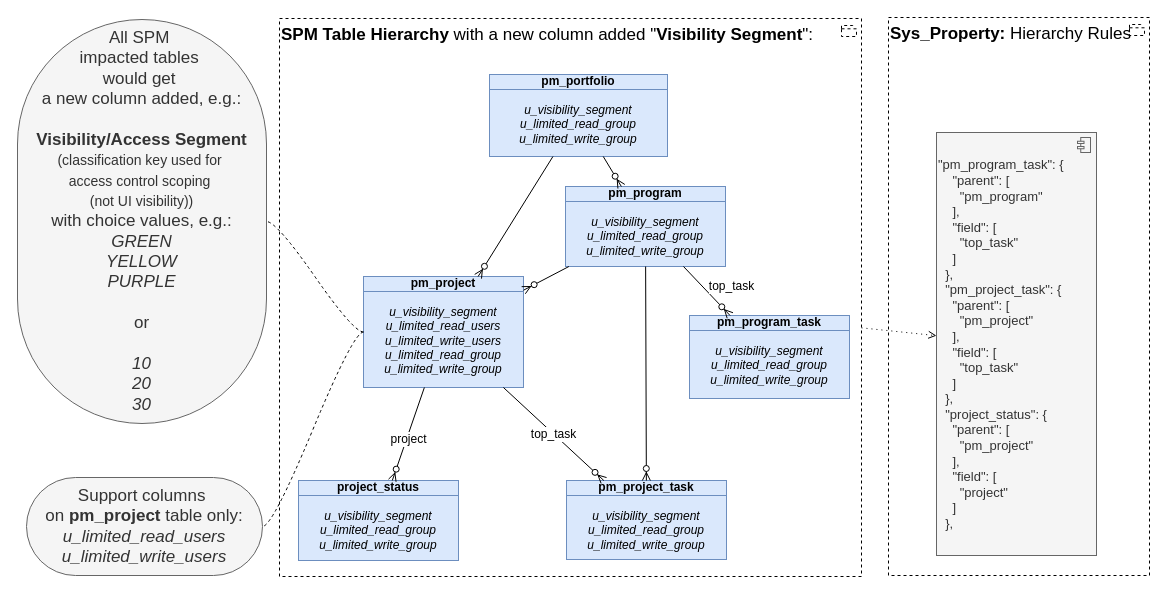
Before: page "hier1" (4 of 20) of Sar.drawio in algimas/tmp, a draw.io diagram. Source tidied: cells renumbered, new cells numbered last; positions are measured from the earlier drawing's top-left corner, leaving out a move shared by most shapes. Both pictures are drawn from the tidied source at 100%, with x=0, y=0 at pixel (17, 17).
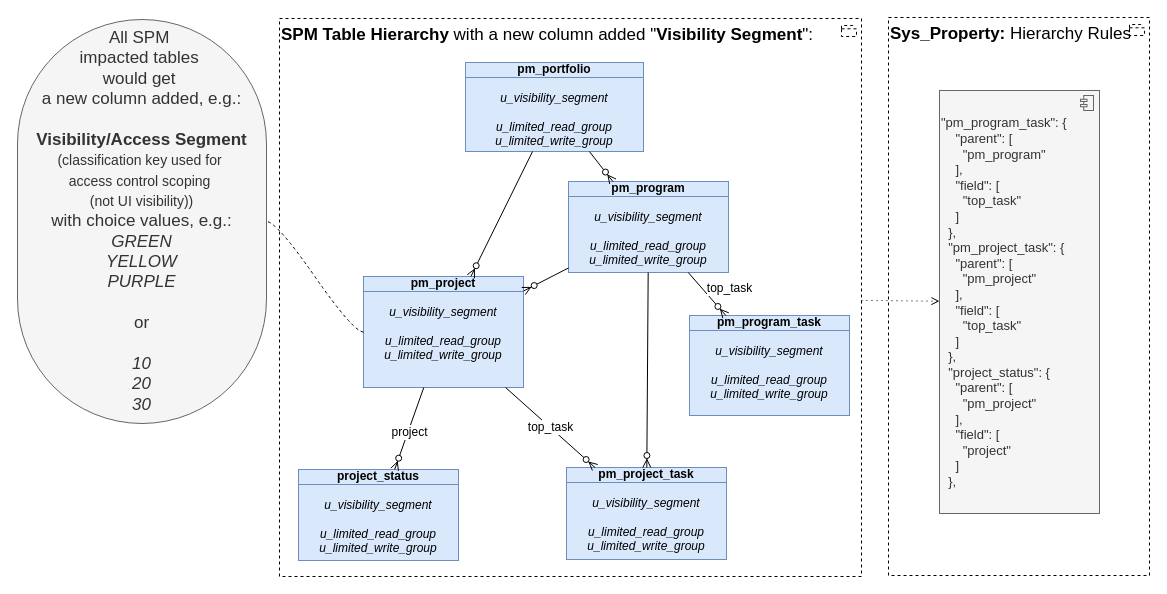
After the change.

Diff of the diagram source:
```diff
@@
-    <mxCell id="4" value="&lt;div&gt;&lt;b&gt;pm_project&lt;/b&gt;&lt;/div&gt;&lt;div&gt;&lt;div&gt;&lt;i&gt;&lt;br&gt;&lt;/i&gt;&lt;/div&gt;&lt;div&gt;&lt;i&gt;u_visibility_segment&lt;/i&gt;&lt;/div&gt;&lt;div&gt;&lt;i&gt;u_limited_read_users&lt;/i&gt;&lt;/div&gt;&lt;div&gt;&lt;i&gt;u_limited_write_users&lt;/i&gt;&lt;/div&gt;&lt;i&gt;u_limited_read_group&lt;/i&gt;&lt;/div&gt;&lt;div&gt;&lt;i&gt;u_limited_write_group&lt;/i&gt;&lt;/div&gt;" style="html=1;outlineConnect=0;whiteSpace=wrap;fillColor=#dae8fc;shape=mxgraph.archimate3.businessObject;overflow=fill;strokeColor=#6c8ebf;fontStyle=0;fontSize=12;" parent="1" vertex="1">
+    <mxCell id="4" value="&lt;div&gt;&lt;b&gt;pm_project&lt;/b&gt;&lt;/div&gt;&lt;div&gt;&lt;div&gt;&lt;i&gt;&lt;br&gt;&lt;/i&gt;&lt;/div&gt;&lt;div&gt;&lt;i&gt;u_visibility_segment&lt;/i&gt;&lt;/div&gt;&lt;div&gt;&lt;br&gt;&lt;/div&gt;&lt;div&gt;&lt;i&gt;u_limited_read_group&lt;/i&gt;&lt;/div&gt;&lt;/div&gt;&lt;div&gt;&lt;i&gt;u_limited_write_group&lt;/i&gt;&lt;/div&gt;" style="html=1;outlineConnect=0;whiteSpace=wrap;fillColor=#dae8fc;shape=mxgraph.archimate3.businessObject;overflow=fill;strokeColor=#6c8ebf;fontStyle=0;fontSize=12;" parent="1" vertex="1">
       <mxGeometry x="346" y="259" width="160" height="111" as="geometry" />
     </mxCell>
-    <mxCell id="5" value="&lt;div&gt;&lt;b&gt;pm_program_task&lt;/b&gt;&lt;/div&gt;&lt;div&gt;&lt;i&gt;&lt;br&gt;&lt;/i&gt;&lt;/div&gt;&lt;div&gt;&lt;i&gt;u_visibility_segment&lt;/i&gt;&lt;/div&gt;&lt;div&gt;&lt;div&gt;&lt;i&gt;u_limited_read_group&lt;/i&gt;&lt;/div&gt;&lt;div&gt;&lt;i&gt;u_limited_write_group&lt;/i&gt;&lt;/div&gt;&lt;/div&gt;" style="html=1;outlineConnect=0;whiteSpace=wrap;fillColor=#dae8fc;shape=mxgraph.archimate3.businessObject;overflow=fill;strokeColor=#6c8ebf;fontStyle=0;fontSize=12;" parent="1" vertex="1">
-      <mxGeometry x="672" y="298" width="160" height="83" as="geometry" />
+    <mxCell id="5" value="&lt;div&gt;&lt;b&gt;pm_program_task&lt;/b&gt;&lt;/div&gt;&lt;div&gt;&lt;i&gt;&lt;br&gt;&lt;/i&gt;&lt;/div&gt;&lt;div&gt;&lt;i&gt;u_visibility_segment&lt;/i&gt;&lt;/div&gt;&lt;div&gt;&lt;i&gt;&lt;br&gt;&lt;/i&gt;&lt;/div&gt;&lt;div&gt;&lt;div&gt;&lt;i&gt;u_limited_read_group&lt;/i&gt;&lt;/div&gt;&lt;div&gt;&lt;i&gt;u_limited_write_group&lt;/i&gt;&lt;/div&gt;&lt;/div&gt;" style="html=1;outlineConnect=0;whiteSpace=wrap;fillColor=#dae8fc;shape=mxgraph.archimate3.businessObject;overflow=fill;strokeColor=#6c8ebf;fontStyle=0;fontSize=12;" parent="1" vertex="1">
+      <mxGeometry x="672" y="298" width="160" height="100" as="geometry" />
     </mxCell>
-    <mxCell id="6" value="&lt;div&gt;&lt;span&gt;&lt;b&gt;pm_portfolio&lt;/b&gt;&lt;/span&gt;&lt;/div&gt;&lt;div&gt;&lt;br&gt;&lt;/div&gt;&lt;div&gt;&lt;i&gt;u_visibility_segment&lt;/i&gt;&lt;/div&gt;&lt;div&gt;&lt;div&gt;&lt;i&gt;u_limited_read_group&lt;/i&gt;&lt;/div&gt;&lt;div&gt;&lt;i&gt;u_limited_write_group&lt;/i&gt;&lt;/div&gt;&lt;/div&gt;" style="html=1;outlineConnect=0;whiteSpace=wrap;fillColor=#dae8fc;shape=mxgraph.archimate3.businessObject;overflow=fill;strokeColor=#6c8ebf;fontStyle=0;fontSize=12;" parent="1" vertex="1">
-      <mxGeometry x="472" y="57" width="178" height="82" as="geometry" />
+    <mxCell id="6" value="&lt;div&gt;&lt;span&gt;&lt;b&gt;pm_portfolio&lt;/b&gt;&lt;/span&gt;&lt;/div&gt;&lt;div&gt;&lt;br&gt;&lt;/div&gt;&lt;div&gt;&lt;i&gt;u_visibility_segment&lt;/i&gt;&lt;/div&gt;&lt;div&gt;&lt;i&gt;&lt;br&gt;&lt;/i&gt;&lt;/div&gt;&lt;div&gt;&lt;div&gt;&lt;i&gt;u_limited_read_group&lt;/i&gt;&lt;/div&gt;&lt;div&gt;&lt;i&gt;u_limited_write_group&lt;/i&gt;&lt;/div&gt;&lt;/div&gt;" style="html=1;outlineConnect=0;whiteSpace=wrap;fillColor=#dae8fc;shape=mxgraph.archimate3.businessObject;overflow=fill;strokeColor=#6c8ebf;fontStyle=0;fontSize=12;" parent="1" vertex="1">
+      <mxGeometry x="448" y="45" width="178" height="89" as="geometry" />
     </mxCell>
-    <mxCell id="7" value="&lt;div&gt;&lt;b&gt;project_status&lt;/b&gt;&lt;/div&gt;&lt;div&gt;&lt;div&gt;&lt;i&gt;&lt;br&gt;&lt;/i&gt;&lt;/div&gt;&lt;div&gt;&lt;i&gt;u_visibility_segment&lt;/i&gt;&lt;/div&gt;&lt;div&gt;&lt;div&gt;&lt;i&gt;u_limited_read_group&lt;/i&gt;&lt;/div&gt;&lt;div&gt;&lt;i&gt;u_limited_write_group&lt;/i&gt;&lt;/div&gt;&lt;/div&gt;&lt;br&gt;&lt;/div&gt;" style="html=1;outlineConnect=0;whiteSpace=wrap;fillColor=#dae8fc;shape=mxgraph.archimate3.businessObject;overflow=fill;strokeColor=#6c8ebf;fontStyle=0;fontSize=12;" parent="1" vertex="1">
-      <mxGeometry x="281" y="463" width="160" height="80" as="geometry" />
+    <mxCell id="7" value="&lt;div&gt;&lt;b&gt;project_status&lt;/b&gt;&lt;/div&gt;&lt;div&gt;&lt;div&gt;&lt;i&gt;&lt;br&gt;&lt;/i&gt;&lt;/div&gt;&lt;div&gt;&lt;i&gt;u_visibility_segment&lt;/i&gt;&lt;/div&gt;&lt;div&gt;&lt;i&gt;&lt;br&gt;&lt;/i&gt;&lt;/div&gt;&lt;div&gt;&lt;div&gt;&lt;i&gt;u_limited_read_group&lt;/i&gt;&lt;/div&gt;&lt;div&gt;&lt;i&gt;u_limited_write_group&lt;/i&gt;&lt;/div&gt;&lt;/div&gt;&lt;br&gt;&lt;/div&gt;" style="html=1;outlineConnect=0;whiteSpace=wrap;fillColor=#dae8fc;shape=mxgraph.archimate3.businessObject;overflow=fill;strokeColor=#6c8ebf;fontStyle=0;fontSize=12;" parent="1" vertex="1">
+      <mxGeometry x="281" y="452" width="160" height="91" as="geometry" />
     </mxCell>
@@
-    <mxCell id="10" value="&lt;div&gt;&lt;b&gt;pm_project_task&lt;/b&gt;&lt;/div&gt;&lt;div&gt;&lt;div&gt;&lt;i&gt;&lt;br&gt;&lt;/i&gt;&lt;/div&gt;&lt;div&gt;&lt;i&gt;u_visibility_segment&lt;/i&gt;&lt;/div&gt;&lt;div&gt;&lt;div&gt;&lt;i&gt;u_limited_read_group&lt;/i&gt;&lt;/div&gt;&lt;div&gt;&lt;i&gt;u_limited_write_group&lt;/i&gt;&lt;/div&gt;&lt;/div&gt;&lt;/div&gt;" style="html=1;outlineConnect=0;whiteSpace=wrap;fillColor=#dae8fc;shape=mxgraph.archimate3.businessObject;overflow=fill;strokeColor=#6c8ebf;fontStyle=0;fontSize=12;" parent="1" vertex="1">
-      <mxGeometry x="549" y="463" width="160" height="79" as="geometry" />
+    <mxCell id="10" value="&lt;div&gt;&lt;b&gt;pm_project_task&lt;/b&gt;&lt;/div&gt;&lt;div&gt;&lt;div&gt;&lt;i&gt;&lt;br&gt;&lt;/i&gt;&lt;/div&gt;&lt;div&gt;&lt;i&gt;u_visibility_segment&lt;/i&gt;&lt;/div&gt;&lt;div&gt;&lt;i&gt;&lt;br&gt;&lt;/i&gt;&lt;/div&gt;&lt;div&gt;&lt;div&gt;&lt;i&gt;u_limited_read_group&lt;/i&gt;&lt;/div&gt;&lt;div&gt;&lt;i&gt;u_limited_write_group&lt;/i&gt;&lt;/div&gt;&lt;/div&gt;&lt;/div&gt;" style="html=1;outlineConnect=0;whiteSpace=wrap;fillColor=#dae8fc;shape=mxgraph.archimate3.businessObject;overflow=fill;strokeColor=#6c8ebf;fontStyle=0;fontSize=12;" parent="1" vertex="1">
+      <mxGeometry x="549" y="450" width="160" height="92" as="geometry" />
     </mxCell>
-    <mxCell id="11" value="&lt;div&gt;&lt;b&gt;pm_program&lt;/b&gt;&lt;/div&gt;&lt;div&gt;&lt;div&gt;&lt;i&gt;&lt;br&gt;&lt;/i&gt;&lt;/div&gt;&lt;div&gt;&lt;i&gt;u_visibility_segment&lt;/i&gt;&lt;/div&gt;&lt;div&gt;&lt;div&gt;&lt;i&gt;u_limited_read_group&lt;/i&gt;&lt;/div&gt;&lt;div&gt;&lt;i&gt;u_limited_write_group&lt;/i&gt;&lt;/div&gt;&lt;/div&gt;&lt;/div&gt;&lt;div&gt;&lt;br&gt;&lt;/div&gt;&lt;div&gt;&lt;br&gt;&lt;/div&gt;" style="html=1;outlineConnect=0;whiteSpace=wrap;fillColor=#dae8fc;shape=mxgraph.archimate3.businessObject;overflow=fill;strokeColor=#6c8ebf;fontStyle=0;fontSize=12;" parent="1" vertex="1">
-      <mxGeometry x="548" y="169" width="160" height="80" as="geometry" />
+    <mxCell id="11" value="&lt;div&gt;&lt;b&gt;pm_program&lt;/b&gt;&lt;/div&gt;&lt;div&gt;&lt;div&gt;&lt;i&gt;&lt;br&gt;&lt;/i&gt;&lt;/div&gt;&lt;div&gt;&lt;i&gt;u_visibility_segment&lt;/i&gt;&lt;/div&gt;&lt;div&gt;&lt;i&gt;&lt;br&gt;&lt;/i&gt;&lt;/div&gt;&lt;div&gt;&lt;div&gt;&lt;i&gt;u_limited_read_group&lt;/i&gt;&lt;/div&gt;&lt;div&gt;&lt;i&gt;u_limited_write_group&lt;/i&gt;&lt;/div&gt;&lt;/div&gt;&lt;/div&gt;&lt;div&gt;&lt;br&gt;&lt;/div&gt;&lt;div&gt;&lt;br&gt;&lt;/div&gt;" style="html=1;outlineConnect=0;whiteSpace=wrap;fillColor=#dae8fc;shape=mxgraph.archimate3.businessObject;overflow=fill;strokeColor=#6c8ebf;fontStyle=0;fontSize=12;" parent="1" vertex="1">
+      <mxGeometry x="551" y="164" width="160" height="91" as="geometry" />
     </mxCell>
@@
     <mxCell id="23" value="&lt;div align=&quot;left&quot;&gt;&lt;font&gt;&quot;pm_program_task&quot;: {&lt;/font&gt;&lt;br&gt;&lt;font&gt;&amp;nbsp; &amp;nbsp; &quot;parent&quot;: [&lt;/font&gt;&lt;br&gt;&lt;font&gt;&amp;nbsp; &amp;nbsp; &amp;nbsp; &quot;pm_program&quot;&lt;/font&gt;&lt;br&gt;&lt;font&gt;&amp;nbsp; &amp;nbsp; ],&lt;/font&gt;&lt;br&gt;&lt;font&gt;&amp;nbsp; &amp;nbsp; &quot;field&quot;: [&lt;/font&gt;&lt;br&gt;&lt;font&gt;&amp;nbsp; &amp;nbsp; &amp;nbsp; &quot;top_task&quot;&lt;/font&gt;&lt;br&gt;&lt;font&gt;&amp;nbsp; &amp;nbsp; ]&lt;/font&gt;&lt;br&gt;&lt;font&gt;&amp;nbsp; },&lt;/font&gt;&lt;br&gt;&lt;font&gt;&amp;nbsp; &quot;pm_project_task&quot;: {&lt;/font&gt;&lt;br&gt;&lt;font&gt;&amp;nbsp; &amp;nbsp; &quot;parent&quot;: [&lt;/font&gt;&lt;br&gt;&lt;font&gt;&amp;nbsp; &amp;nbsp; &amp;nbsp; &quot;pm_project&quot;&lt;/font&gt;&lt;br&gt;&lt;font&gt;&amp;nbsp; &amp;nbsp; ],&lt;/font&gt;&lt;br&gt;&lt;font&gt;&amp;nbsp; &amp;nbsp; &quot;field&quot;: [&lt;/font&gt;&lt;br&gt;&lt;font&gt;&amp;nbsp; &amp;nbsp; &amp;nbsp; &quot;top_task&quot;&lt;/font&gt;&lt;br&gt;&lt;font&gt;&amp;nbsp; &amp;nbsp; ]&lt;/font&gt;&lt;br&gt;&lt;font&gt;&amp;nbsp; },&lt;/font&gt;&lt;br&gt;&lt;font&gt;&amp;nbsp; &quot;project_status&quot;: {&lt;/font&gt;&lt;br&gt;&lt;font&gt;&amp;nbsp; &amp;nbsp; &quot;parent&quot;: [&lt;/font&gt;&lt;br&gt;&lt;font&gt;&amp;nbsp; &amp;nbsp; &amp;nbsp; &quot;pm_project&quot;&lt;/font&gt;&lt;br&gt;&lt;font&gt;&amp;nbsp; &amp;nbsp; ],&lt;/font&gt;&lt;br&gt;&lt;font&gt;&amp;nbsp; &amp;nbsp; &quot;field&quot;: [&lt;/font&gt;&lt;br&gt;&lt;font&gt;&amp;nbsp; &amp;nbsp; &amp;nbsp; &quot;project&quot;&lt;/font&gt;&lt;br&gt;&lt;font&gt;&amp;nbsp; &amp;nbsp; ]&lt;/font&gt;&lt;br&gt;&lt;font&gt;&amp;nbsp; },&lt;/font&gt;&lt;/div&gt;" style="html=1;outlineConnect=0;whiteSpace=wrap;fillColor=#f5f5f5;shape=mxgraph.archimate3.application;appType=comp;archiType=square;strokeColor=#666666;fontColor=#333333;align=left;fontSize=13;" parent="1" vertex="1">
-      <mxGeometry x="919" y="115" width="160" height="423" as="geometry" />
+      <mxGeometry x="922" y="73" width="160" height="423" as="geometry" />
     </mxCell>
-    <mxCell id="24" value="&lt;div&gt;Support columns&amp;nbsp;&lt;/div&gt;&lt;div&gt;on &lt;b&gt;pm_project&lt;/b&gt; table only:&lt;/div&gt;&lt;div&gt;&lt;i&gt;u_limited_read_users&lt;/i&gt;&lt;/div&gt;&lt;i&gt;u_limited_write_users&lt;/i&gt;" style="whiteSpace=wrap;html=1;rounded=1;arcSize=50;align=center;verticalAlign=middle;strokeWidth=1;spacing=4;newEdgeStyle={&quot;edgeStyle&quot;:&quot;entityRelationEdgeStyle&quot;,&quot;startArrow&quot;:&quot;none&quot;,&quot;endArrow&quot;:&quot;none&quot;,&quot;segment&quot;:10,&quot;curved&quot;:1,&quot;sourcePerimeterSpacing&quot;:0,&quot;targetPerimeterSpacing&quot;:0};fillColor=#f5f5f5;strokeColor=#666666;fontColor=#333333;fontSize=17;" parent="1" vertex="1">
-      <mxGeometry x="9" y="460" width="236" height="98" as="geometry" />
-    </mxCell>
-    <mxCell id="25" style="edgeStyle=entityRelationEdgeStyle;startArrow=none;endArrow=none;segment=10;curved=1;sourcePerimeterSpacing=0;targetPerimeterSpacing=0;rounded=0;labelBackgroundColor=default;dashed=1;" parent="1" edge="1" source="4" target="24">
-      <mxGeometry relative="1" as="geometry" />
-    </mxCell>
```
